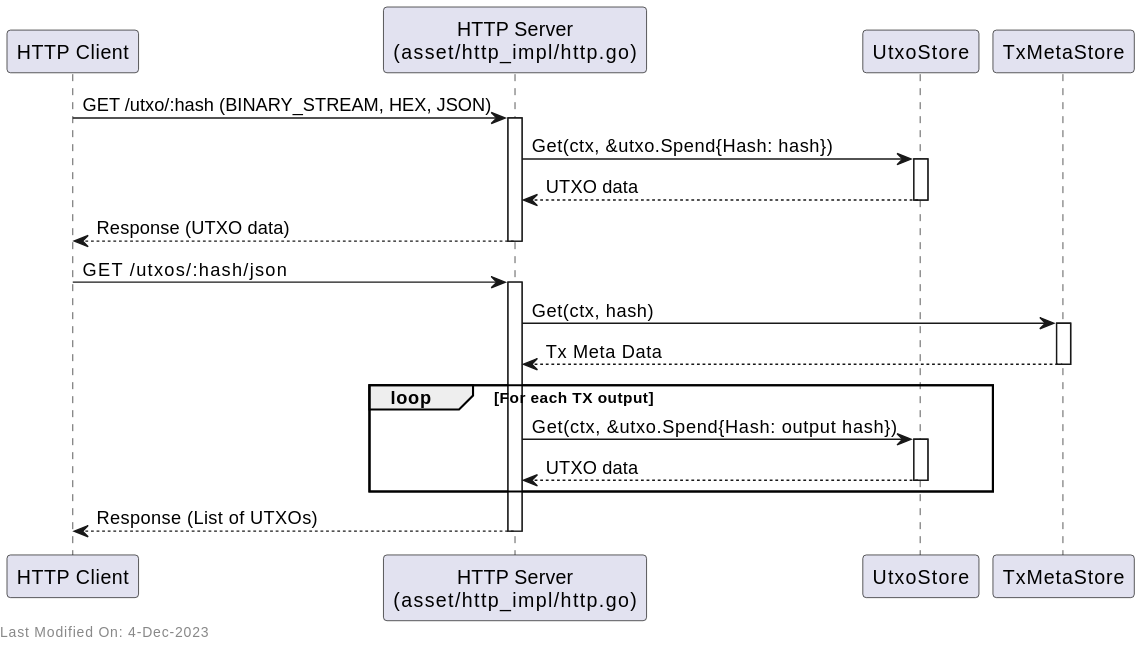
freemans13/teranode keeps this PlantUML diagram as docs/services/img/plantuml/assetserver/asset_server_http_get_utxo.svg. Above is the earlier version. Its source is kept beside it as docs/services/img/plantuml/assetserver/asset_server_http_get_utxo.puml.
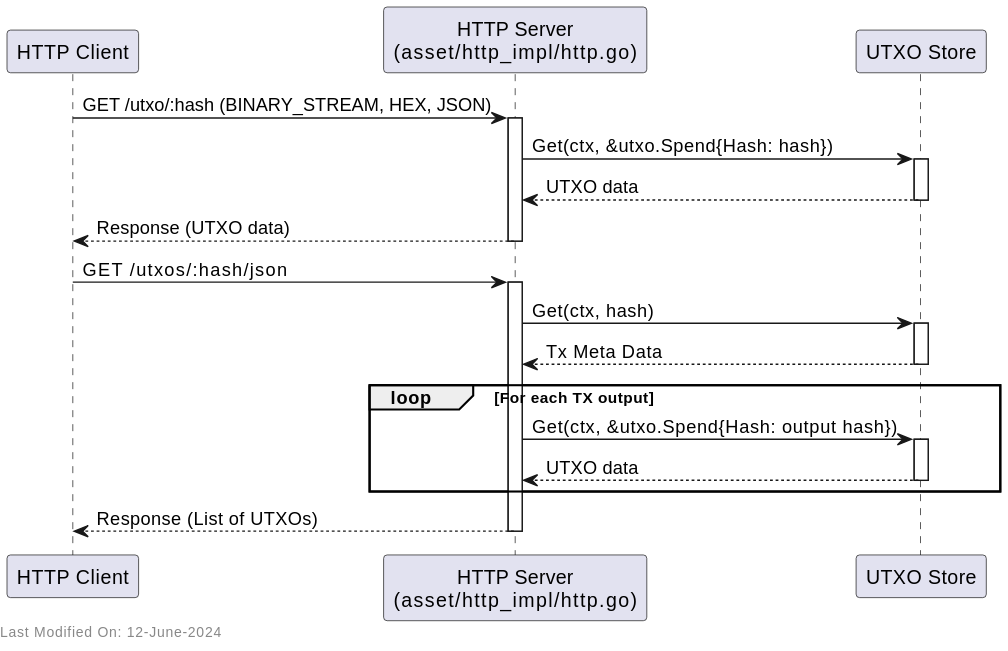
After the change.

Change to the diagram source:
```diff
@@ -1,8 +1,7 @@
 @startuml
 participant "HTTP Client" as Client
 participant "HTTP Server\n(asset/http_impl/http.go)" as HTTPServer
-participant "UtxoStore" as Utxo
-participant "TxMetaStore" as TxMeta
+participant "UTXO Store" as Utxo
 
 Client -> HTTPServer : GET /utxo/:hash (BINARY_STREAM, HEX, JSON)
 activate HTTPServer
@@ -15,10 +14,10 @@
 
 Client -> HTTPServer : GET /utxos/:hash/json
 activate HTTPServer
-HTTPServer -> TxMeta : Get(ctx, hash)
-activate TxMeta
-TxMeta --> HTTPServer : Tx Meta Data
-deactivate TxMeta
+HTTPServer -> Utxo : Get(ctx, hash)
+activate Utxo
+Utxo --> HTTPServer : Tx Meta Data
+deactivate Utxo
 
 loop For each TX output
     HTTPServer -> Utxo : Get(ctx, &utxo.Spend{Hash: output hash})
@@ -30,6 +29,6 @@
 HTTPServer --> Client : Response (List of UTXOs)
 deactivate HTTPServer
 
-left footer Last Modified On: 4-Dec-2023
+left footer Last Modified On: 12-June-2024
 
 @enduml
```
